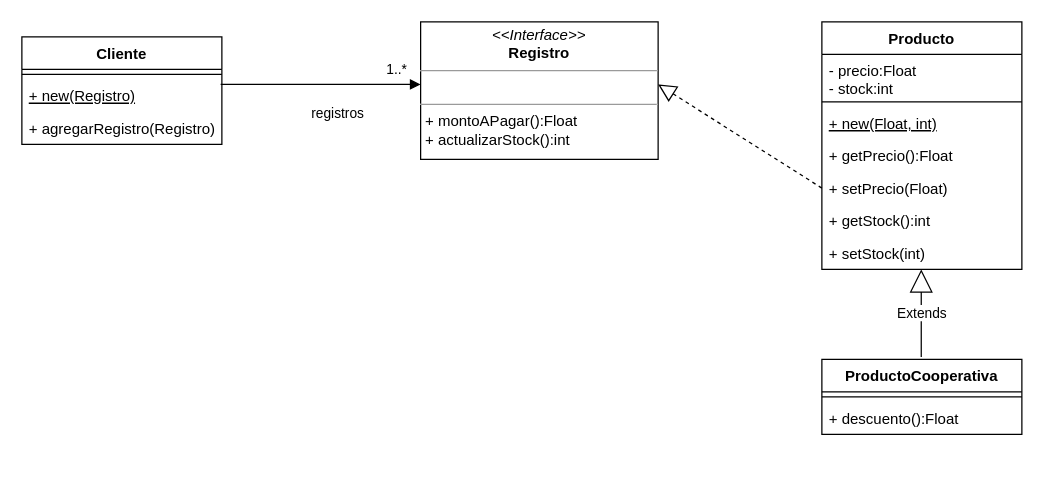
Before: unq-po2-tp5-mercadoCentral.drawio in nhubczyk/Diagramas-UML, a draw.io diagram. Source tidied: cells renumbered, new cells numbered last; positions are measured from the earlier drawing's top-left corner, leaving out a move shared by most shapes. Both pictures are drawn from the tidied source at 125%, with x=0, y=0 at pixel (21, 21).
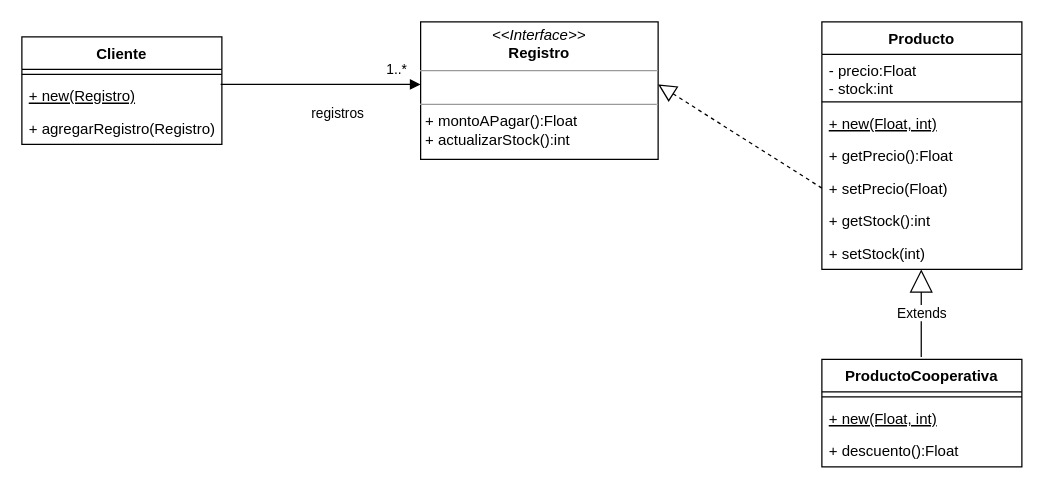
The same diagram, later.

The edit, as a diff of the source:
```diff
@@
     <mxCell id="17" value="ProductoCooperativa" style="swimlane;fontStyle=1;align=center;verticalAlign=top;horizontal=1;startSize=26;" parent="1" vertex="1">
-      <mxGeometry x="640" y="270" width="160" height="60" as="geometry" />
+      <mxGeometry x="640" y="270" width="160" height="86" as="geometry" />
     </mxCell>
@@
-    <mxCell id="19" value="+ descuento():Float" style="text;strokeColor=none;fillColor=none;align=left;verticalAlign=top;spacingLeft=4;spacingRight=4;overflow=hidden;fontStyle=0;" parent="17" vertex="1">
+    <mxCell id="19" value="+ new(Float, int)" style="text;strokeColor=none;fillColor=none;align=left;verticalAlign=top;spacingLeft=4;spacingRight=4;overflow=hidden;fontStyle=4;" parent="17" vertex="1">
       <mxGeometry y="34" width="160" height="26" as="geometry" />
     </mxCell>
+    <mxCell id="22" value="+ descuento():Float" style="text;strokeColor=none;fillColor=none;align=left;verticalAlign=top;spacingLeft=4;spacingRight=4;overflow=hidden;fontStyle=0;" parent="17" vertex="1">
+      <mxGeometry y="60" width="160" height="26" as="geometry" />
+    </mxCell>
```
